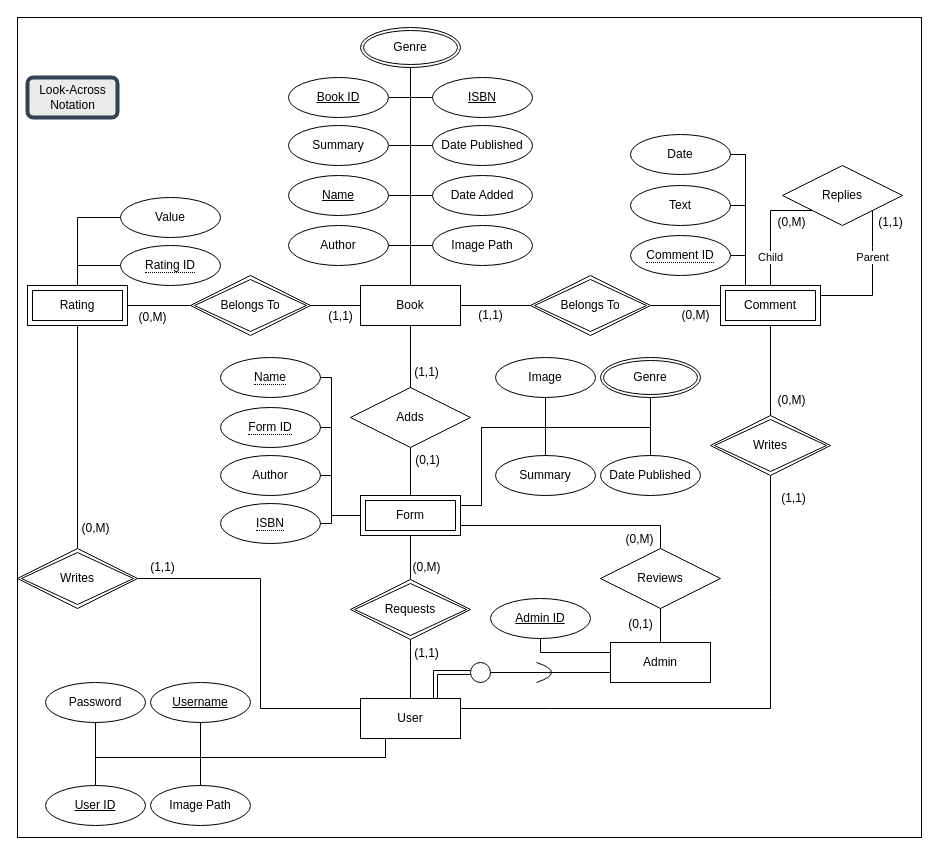
The draw.io diagram BDB_ERD.drawio in theinsurgentarchive/BDB, before the edit. Source tidied: cells renumbered, new cells numbered last; positions are measured from the earlier drawing's top-left corner, leaving out a move shared by most shapes. Both pictures are drawn from the tidied source at 100%, with x=0, y=0 at pixel (17, 17).
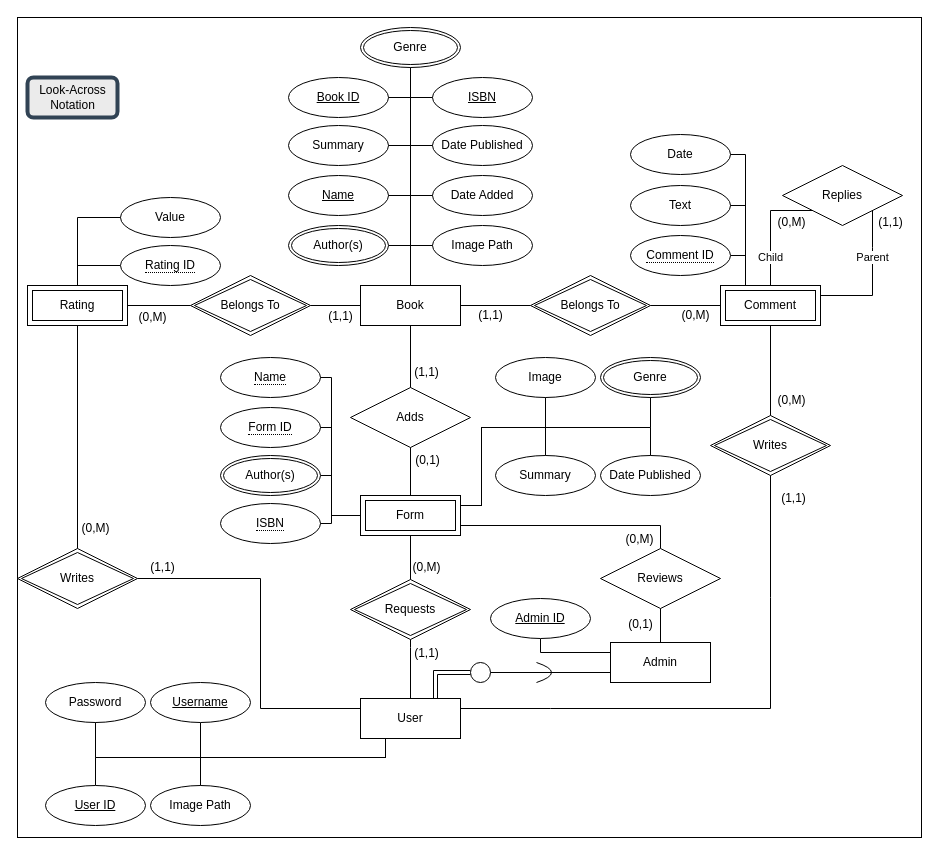
Above is the later version.

Commit message (it also covers changes not shown here):
updated ERD, RM, and Create_SQL to add multiple Authors to Book/Forms

The change refers to these unchanged cells:
```xml
<mxCell id="3" value="&lt;div&gt;Book&lt;/div&gt;" style="whiteSpace=wrap;html=1;align=center;" parent="1" vertex="1">
  <mxGeometry x="343" y="268" width="100" height="40" as="geometry" />
</mxCell>
<mxCell id="20" value="Form" style="shape=ext;margin=3;double=1;whiteSpace=wrap;html=1;align=center;" parent="1" vertex="1">
  <mxGeometry x="343" y="478" width="100" height="40" as="geometry" />
</mxCell>
```

The edit, as a diff of the source:
```diff
@@
-    <mxCell id="5" value="&lt;div&gt;Author&lt;/div&gt;" style="ellipse;whiteSpace=wrap;html=1;align=center;" parent="1" vertex="1">
-      <mxGeometry x="271" y="208" width="100" height="40" as="geometry" />
-    </mxCell>
@@
-    <mxCell id="31" value="Author" style="ellipse;whiteSpace=wrap;html=1;align=center;" parent="1" vertex="1">
-      <mxGeometry x="203" y="438" width="100" height="40" as="geometry" />
-    </mxCell>
@@
-    <mxCell id="84" style="endArrow=none;html=1;rounded=0;exitX=1;exitY=0.5;exitDx=0;exitDy=0;entryX=0;entryY=0.5;entryDx=0;entryDy=0;" parent="1" edge="1" source="31" target="20">
+    <mxCell id="84" style="endArrow=none;html=1;rounded=0;entryX=0;entryY=0.5;entryDx=0;entryDy=0;exitX=1;exitY=0.5;exitDx=0;exitDy=0;" parent="1" edge="1" source="109" target="20">
       <mxGeometry relative="1" as="geometry">
         <Array as="points">
           <mxPoint x="314" y="458" />
           <mxPoint x="314" y="498" />
         </Array>
       </mxGeometry>
     </mxCell>
@@
-    <mxCell id="103" style="endArrow=none;html=1;rounded=0;exitX=1;exitY=0.5;exitDx=0;exitDy=0;entryX=0.5;entryY=0;entryDx=0;entryDy=0;" parent="1" edge="1" source="5" target="3">
+    <mxCell id="103" style="endArrow=none;html=1;rounded=0;entryX=0.5;entryY=0;entryDx=0;entryDy=0;exitX=1;exitY=0.5;exitDx=0;exitDy=0;" parent="1" edge="1" source="108" target="3">
       <mxGeometry relative="1" as="geometry">
         <Array as="points">
           <mxPoint x="393" y="228" />
         </Array>
       </mxGeometry>
     </mxCell>
@@
+    <mxCell id="108" value="Author(s)" style="ellipse;shape=doubleEllipse;margin=3;whiteSpace=wrap;html=1;align=center;" parent="1" vertex="1">
+      <mxGeometry x="271" y="208" width="100" height="40" as="geometry" />
+    </mxCell>
+    <mxCell id="109" value="Author(s)" style="ellipse;shape=doubleEllipse;margin=3;whiteSpace=wrap;html=1;align=center;" parent="1" vertex="1">
+      <mxGeometry x="203" y="438" width="100" height="40" as="geometry" />
+    </mxCell>
```
